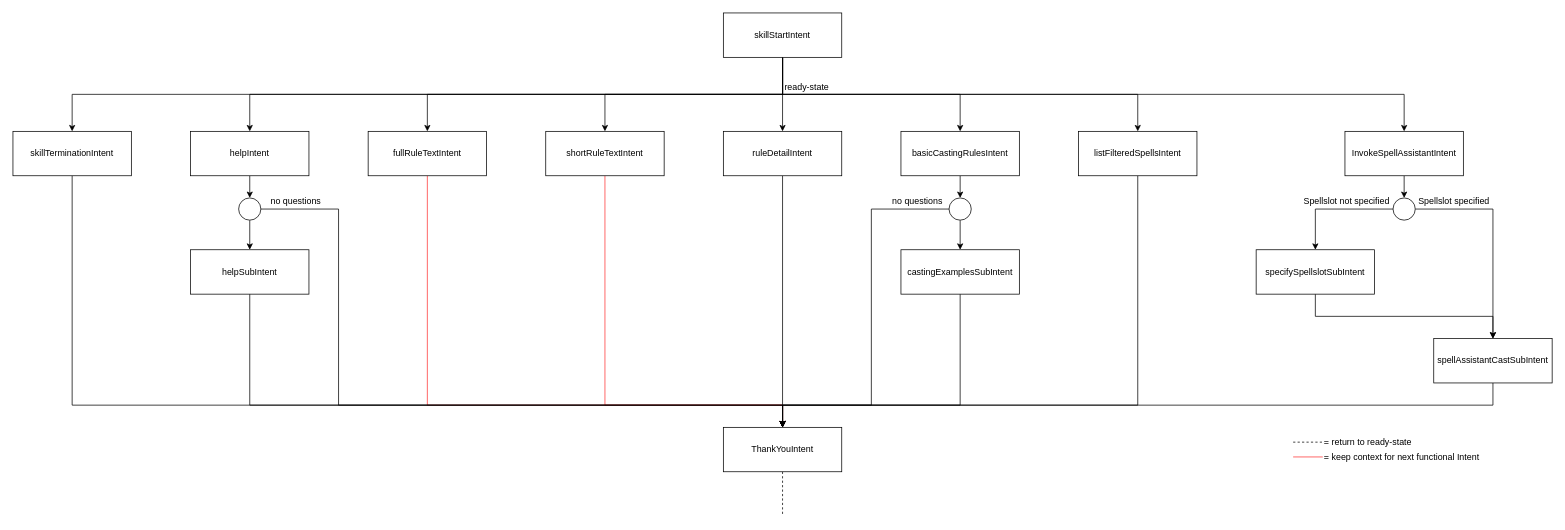
Before: doc/intent_diagram.drawio in Linyeir/spellcastmanager-skill, a draw.io diagram. Source tidied: cells renumbered, new cells numbered last; positions are measured from the earlier drawing's top-left corner, leaving out a move shared by most shapes. Both pictures are drawn from the tidied source at 74%, with x=0, y=0 at pixel (13, 13).
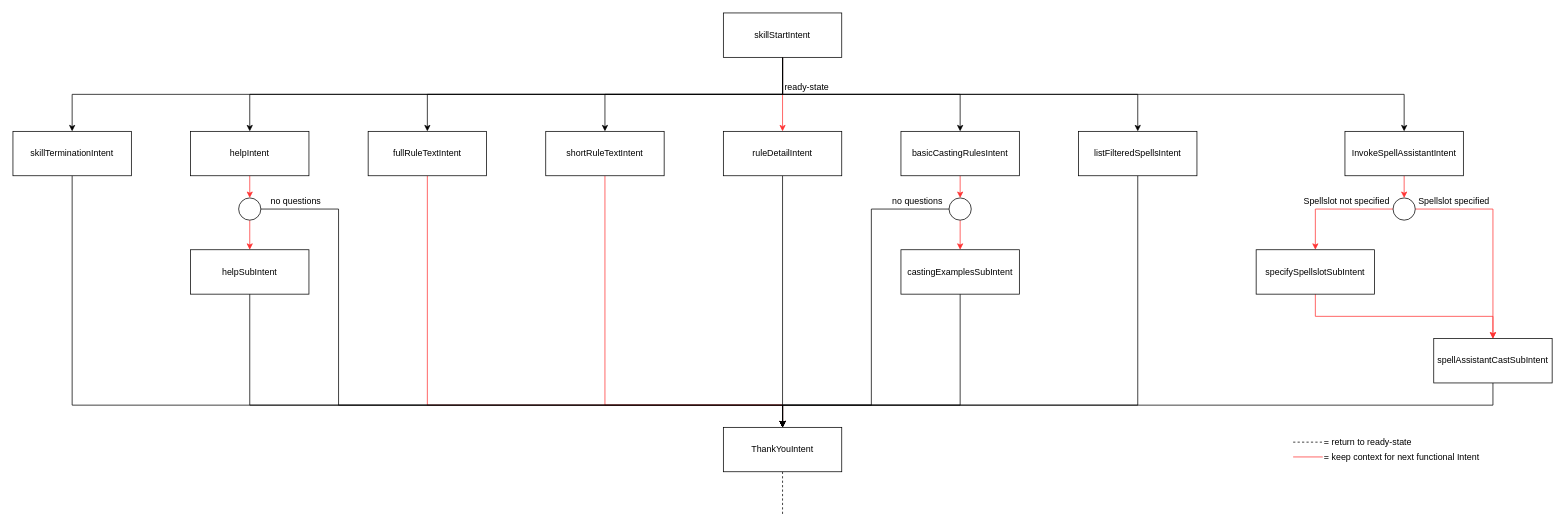
The same page after the edit.

Commit message:
update intent_diagram

Unchanged cells that the change refers to:
```xml
<mxCell id="10" value="skillStartIntent" style="rounded=0;whiteSpace=wrap;html=1;" parent="1" vertex="1">
  <mxGeometry x="960" width="160" height="60" as="geometry" />
</mxCell>
<mxCell id="12" value="helpIntent" style="rounded=0;whiteSpace=wrap;html=1;" parent="1" vertex="1">
  <mxGeometry x="240" y="160" width="160" height="60" as="geometry" />
</mxCell>
<mxCell id="18" value="ruleDetailIntent" style="rounded=0;whiteSpace=wrap;html=1;" parent="1" vertex="1">
  <mxGeometry x="960" y="160" width="160" height="60" as="geometry" />
</mxCell>
<mxCell id="20" value="basicCastingRulesIntent" style="rounded=0;whiteSpace=wrap;html=1;" parent="1" vertex="1">
  <mxGeometry x="1200" y="160" width="160" height="60" as="geometry" />
</mxCell>
<mxCell id="22" value="castingExamplesSubIntent" style="rounded=0;whiteSpace=wrap;html=1;" parent="1" vertex="1">
  <mxGeometry x="1200" y="320" width="160" height="60" as="geometry" />
</mxCell>
<mxCell id="26" value="InvokeSpellAssistantIntent" style="rounded=0;whiteSpace=wrap;html=1;" parent="1" vertex="1">
  <mxGeometry x="1800" y="160" width="160" height="60" as="geometry" />
</mxCell>
<mxCell id="31" style="ellipse;whiteSpace=wrap;html=1;" parent="1" vertex="1">
  <mxGeometry x="1265" y="250" width="30" height="30" as="geometry" />
</mxCell>
<mxCell id="36" value="helpSubIntent" style="rounded=0;whiteSpace=wrap;html=1;" parent="1" vertex="1">
  <mxGeometry x="240" y="320" width="160" height="60" as="geometry" />
</mxCell>
<mxCell id="39" style="ellipse;whiteSpace=wrap;html=1;" parent="1" vertex="1">
  <mxGeometry x="305" y="250" width="30" height="30" as="geometry" />
</mxCell>
<mxCell id="43" value="spellAssistantCastSubIntent" style="rounded=0;whiteSpace=wrap;html=1;" parent="1" vertex="1">
  <mxGeometry x="1920" y="440" width="160" height="60" as="geometry" />
</mxCell>
<mxCell id="45" value="specifySpellslotSubIntent" style="rounded=0;whiteSpace=wrap;html=1;" parent="1" vertex="1">
  <mxGeometry x="1680" y="320" width="160" height="60" as="geometry" />
</mxCell>
<mxCell id="48" style="ellipse;whiteSpace=wrap;html=1;" parent="1" vertex="1">
  <mxGeometry x="1865" y="250" width="30" height="30" as="geometry" />
</mxCell>
```

Diff of the diagram source:
```diff
@@
-    <mxCell id="5" style="edgeStyle=orthogonalEdgeStyle;rounded=0;jettySize=auto;html=1;exitX=0.5;exitY=1;exitDx=0;exitDy=0;entryX=0.5;entryY=0;entryDx=0;entryDy=0;" parent="1" edge="1" source="10" target="18">
+    <mxCell id="5" style="edgeStyle=orthogonalEdgeStyle;rounded=0;jettySize=auto;html=1;exitX=0.5;exitY=1;exitDx=0;exitDy=0;entryX=0.5;entryY=0;entryDx=0;entryDy=0;strokeColor=#FF3333;" parent="1" edge="1" source="10" target="18">
       <mxGeometry relative="1" as="geometry" />
     </mxCell>
@@
-    <mxCell id="11" style="edgeStyle=orthogonalEdgeStyle;rounded=0;jettySize=auto;html=1;exitX=0.5;exitY=1;exitDx=0;exitDy=0;entryX=0.5;entryY=0;entryDx=0;entryDy=0;endArrow=classic;endFill=1;" parent="1" edge="1" source="12" target="39">
+    <mxCell id="11" style="edgeStyle=orthogonalEdgeStyle;rounded=0;jettySize=auto;html=1;exitX=0.5;exitY=1;exitDx=0;exitDy=0;entryX=0.5;entryY=0;entryDx=0;entryDy=0;endArrow=classic;endFill=1;strokeColor=#FF3333;" parent="1" edge="1" source="12" target="39">
       <mxGeometry relative="1" as="geometry" />
     </mxCell>
@@
-    <mxCell id="19" style="edgeStyle=orthogonalEdgeStyle;rounded=0;jettySize=auto;html=1;exitX=0.5;exitY=1;exitDx=0;exitDy=0;entryX=0.5;entryY=0;entryDx=0;entryDy=0;endArrow=classic;endFill=1;" parent="1" edge="1" source="20" target="31">
+    <mxCell id="19" style="edgeStyle=orthogonalEdgeStyle;rounded=0;jettySize=auto;html=1;exitX=0.5;exitY=1;exitDx=0;exitDy=0;entryX=0.5;entryY=0;entryDx=0;entryDy=0;endArrow=classic;endFill=1;strokeColor=#FF3333;" parent="1" edge="1" source="20" target="31">
       <mxGeometry relative="1" as="geometry" />
     </mxCell>
@@
-    <mxCell id="25" style="edgeStyle=orthogonalEdgeStyle;rounded=0;jettySize=auto;html=1;exitX=0.5;exitY=1;exitDx=0;exitDy=0;entryX=0.5;entryY=0;entryDx=0;entryDy=0;strokeColor=#000000;" parent="1" edge="1" source="26" target="48">
+    <mxCell id="25" style="edgeStyle=orthogonalEdgeStyle;rounded=0;jettySize=auto;html=1;exitX=0.5;exitY=1;exitDx=0;exitDy=0;entryX=0.5;entryY=0;entryDx=0;entryDy=0;strokeColor=#FF3333;" parent="1" edge="1" source="26" target="48">
       <mxGeometry relative="1" as="geometry" />
     </mxCell>
@@
-    <mxCell id="29" style="edgeStyle=orthogonalEdgeStyle;rounded=0;jettySize=auto;html=1;exitX=0.5;exitY=1;exitDx=0;exitDy=0;entryX=0.5;entryY=0;entryDx=0;entryDy=0;endArrow=classic;endFill=1;" parent="1" edge="1" source="31" target="22">
+    <mxCell id="29" style="edgeStyle=orthogonalEdgeStyle;rounded=0;jettySize=auto;html=1;exitX=0.5;exitY=1;exitDx=0;exitDy=0;entryX=0.5;entryY=0;entryDx=0;entryDy=0;endArrow=classic;endFill=1;strokeColor=#FF3333;" parent="1" edge="1" source="31" target="22">
       <mxGeometry relative="1" as="geometry" />
     </mxCell>
@@
-    <mxCell id="37" style="edgeStyle=orthogonalEdgeStyle;rounded=0;jettySize=auto;html=1;exitX=0.5;exitY=1;exitDx=0;exitDy=0;entryX=0.5;entryY=0;entryDx=0;entryDy=0;endArrow=classic;endFill=1;" parent="1" edge="1" source="39" target="36">
+    <mxCell id="37" style="edgeStyle=orthogonalEdgeStyle;rounded=0;jettySize=auto;html=1;exitX=0.5;exitY=1;exitDx=0;exitDy=0;entryX=0.5;entryY=0;entryDx=0;entryDy=0;endArrow=classic;endFill=1;strokeColor=#FF3333;" parent="1" edge="1" source="39" target="36">
       <mxGeometry relative="1" as="geometry" />
     </mxCell>
@@
-    <mxCell id="44" style="edgeStyle=orthogonalEdgeStyle;rounded=0;jettySize=auto;html=1;exitX=0.5;exitY=1;exitDx=0;exitDy=0;strokeColor=#000000;entryX=0.5;entryY=0;entryDx=0;entryDy=0;" parent="1" edge="1" source="45" target="43">
+    <mxCell id="44" style="edgeStyle=orthogonalEdgeStyle;rounded=0;jettySize=auto;html=1;exitX=0.5;exitY=1;exitDx=0;exitDy=0;strokeColor=#FF3333;entryX=0.5;entryY=0;entryDx=0;entryDy=0;" parent="1" edge="1" source="45" target="43">
       <mxGeometry relative="1" as="geometry" />
     </mxCell>
@@
-    <mxCell id="46" style="edgeStyle=orthogonalEdgeStyle;rounded=0;jettySize=auto;html=1;exitX=0;exitY=0.5;exitDx=0;exitDy=0;entryX=0.5;entryY=0;entryDx=0;entryDy=0;strokeColor=#000000;" parent="1" edge="1" source="48" target="45">
+    <mxCell id="46" style="edgeStyle=orthogonalEdgeStyle;rounded=0;jettySize=auto;html=1;exitX=0;exitY=0.5;exitDx=0;exitDy=0;entryX=0.5;entryY=0;entryDx=0;entryDy=0;strokeColor=#FF3333;" parent="1" edge="1" source="48" target="45">
       <mxGeometry relative="1" as="geometry" />
     </mxCell>
-    <mxCell id="47" style="edgeStyle=orthogonalEdgeStyle;rounded=0;jettySize=auto;html=1;exitX=1;exitY=0.5;exitDx=0;exitDy=0;entryX=0.5;entryY=0;entryDx=0;entryDy=0;strokeColor=#000000;" parent="1" edge="1" source="48" target="43">
+    <mxCell id="47" style="edgeStyle=orthogonalEdgeStyle;rounded=0;jettySize=auto;html=1;exitX=1;exitY=0.5;exitDx=0;exitDy=0;entryX=0.5;entryY=0;entryDx=0;entryDy=0;strokeColor=#FF3333;" parent="1" edge="1" source="48" target="43">
       <mxGeometry relative="1" as="geometry" />
     </mxCell>
```
